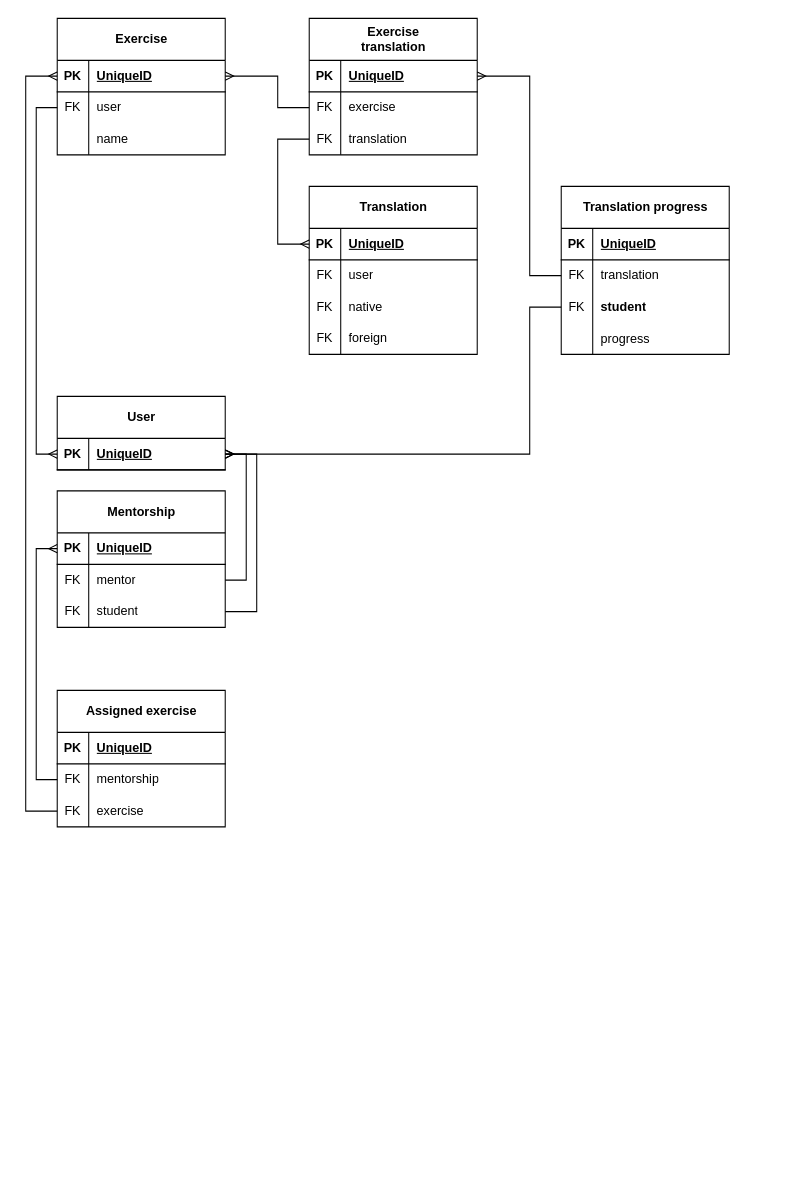
Earlier version of the draw.io diagram docs/diagrams/exercise.drawio (svmikurov/wselfedu). Source tidied: cells renumbered, new cells numbered last; positions are measured from the earlier drawing's top-left corner, leaving out a move shared by most shapes. Both pictures are drawn from the tidied source at 105%, with x=0, y=0 at pixel (4, 18).
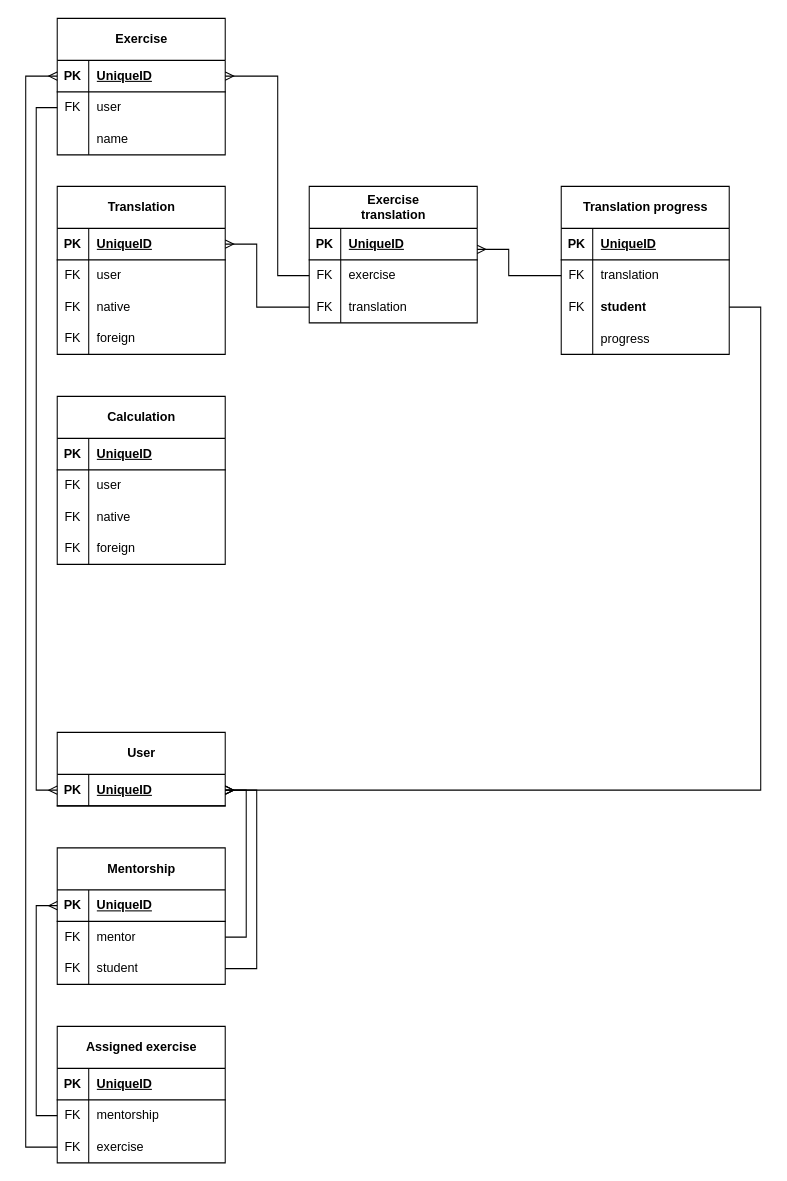
The same page after the edit.

The change refers to these unchanged cells:
```xml
<mxCell id="3" style="shape=tableRow;horizontal=0;startSize=0;swimlaneHead=0;swimlaneBody=0;fillColor=none;points=[[0,0.5],[1,0.5]];portConstraint=eastwest;top=0;left=0;right=0;bottom=1;" parent="2" vertex="1">
  <mxGeometry y="40" width="160" height="30" as="geometry" />
</mxCell>
<mxCell id="13" style="shape=tableRow;horizontal=0;startSize=0;swimlaneHead=0;swimlaneBody=0;fillColor=none;points=[[0,0.5],[1,0.5]];portConstraint=eastwest;top=0;left=0;right=0;bottom=1;" parent="12" vertex="1">
  <mxGeometry y="40" width="160" height="30" as="geometry" />
</mxCell>
<mxCell id="16" style="shape=tableRow;horizontal=0;startSize=0;swimlaneHead=0;swimlaneBody=0;fillColor=none;points=[[0,0.5],[1,0.5]];portConstraint=eastwest;top=0;left=0;right=0;bottom=0;" parent="12" vertex="1">
  <mxGeometry y="70" width="160" height="30" as="geometry" />
</mxCell>
<mxCell id="19" style="shape=tableRow;horizontal=0;startSize=0;swimlaneHead=0;swimlaneBody=0;fillColor=none;points=[[0,0.5],[1,0.5]];portConstraint=eastwest;top=0;left=0;right=0;bottom=0;" parent="12" vertex="1">
  <mxGeometry y="100" width="160" height="30" as="geometry" />
</mxCell>
<mxCell id="23" style="shape=tableRow;horizontal=0;startSize=0;swimlaneHead=0;swimlaneBody=0;fillColor=none;points=[[0,0.5],[1,0.5]];portConstraint=eastwest;top=0;left=0;right=0;bottom=1;" parent="22" vertex="1">
  <mxGeometry y="40" width="160" height="30" as="geometry" />
</mxCell>
<mxCell id="63" style="shape=tableRow;horizontal=0;startSize=0;swimlaneHead=0;swimlaneBody=0;fillColor=none;points=[[0,0.5],[1,0.5]];portConstraint=eastwest;top=0;left=0;right=0;bottom=0;" parent="59" vertex="1">
  <mxGeometry y="70" width="160" height="30" as="geometry" />
</mxCell>
<mxCell id="66" style="shape=tableRow;horizontal=0;startSize=0;swimlaneHead=0;swimlaneBody=0;fillColor=none;points=[[0,0.5],[1,0.5]];portConstraint=eastwest;top=0;left=0;right=0;bottom=0;" parent="59" vertex="1">
  <mxGeometry y="100" width="160" height="30" as="geometry" />
</mxCell>
<mxCell id="75" style="shape=tableRow;horizontal=0;startSize=0;swimlaneHead=0;swimlaneBody=0;fillColor=none;points=[[0,0.5],[1,0.5]];portConstraint=eastwest;top=0;left=0;right=0;bottom=1;" parent="74" vertex="1">
  <mxGeometry y="40" width="160" height="30" as="geometry" />
</mxCell>
```

The edit, as a diff of the source:
```diff
@@
     <mxCell id="12" value="&lt;span style=&quot;background-color: transparent; color: light-dark(rgb(0, 0, 0), rgb(255, 255, 255));&quot;&gt;Exercise&lt;/span&gt;&lt;div&gt;translation&lt;/div&gt;" style="shape=table;startSize=40;childLayout=tableLayout;rowLines=0;fontStyle=1;align=center;html=1;" parent="1" vertex="1">
-      <mxGeometry x="290" width="160" height="130" as="geometry" />
+      <mxGeometry x="290" y="160" width="160" height="130" as="geometry" />
     </mxCell>
@@
     <mxCell id="22" value="Translation" style="shape=table;startSize=40;childLayout=tableLayout;rowLines=0;fontStyle=1;align=center;html=1;" parent="1" vertex="1">
-      <mxGeometry x="290" y="160" width="160" height="160" as="geometry" />
+      <mxGeometry x="50" y="160" width="160" height="160" as="geometry" />
     </mxCell>
@@
     <mxCell id="35" style="edgeStyle=elbowEdgeStyle;fontSize=12;html=1;endArrow=ERmany;rounded=0;exitX=0;exitY=0.5;exitDx=0;exitDy=0;" parent="1" edge="1" source="19" target="23">
       <mxGeometry relative="1" as="geometry">
         <Array as="points">
-          <mxPoint x="260" y="390" />
+          <mxPoint x="240" y="275" />
           <mxPoint x="250" y="410" />
         </Array>
       </mxGeometry>
     </mxCell>
     <mxCell id="36" style="edgeStyle=elbowEdgeStyle;fontSize=12;html=1;endArrow=ERmany;rounded=0;entryX=1;entryY=0.5;entryDx=0;entryDy=0;exitX=0;exitY=0.5;exitDx=0;exitDy=0;" parent="1" edge="1" source="16" target="3">
       <mxGeometry relative="1" as="geometry">
         <Array as="points">
-          <mxPoint x="260" y="70" />
+          <mxPoint x="260" y="150" />
         </Array>
       </mxGeometry>
     </mxCell>
     <mxCell id="37" value="Assigned exercise" style="shape=table;startSize=40;childLayout=tableLayout;rowLines=0;fontStyle=1;align=center;html=1;" parent="1" vertex="1">
-      <mxGeometry x="50" y="640" width="160" height="130" as="geometry" />
+      <mxGeometry x="50" y="960" width="160" height="130" as="geometry" />
     </mxCell>
@@
     <mxCell id="47" value="Mentorship" style="shape=table;startSize=40;childLayout=tableLayout;rowLines=0;fontStyle=1;align=center;html=1;" parent="1" vertex="1">
-      <mxGeometry x="50" y="450" width="160" height="130" as="geometry" />
+      <mxGeometry x="50" y="790" width="160" height="130" as="geometry" />
     </mxCell>
@@
     <mxCell id="72" style="edgeStyle=elbowEdgeStyle;fontSize=12;html=1;endArrow=ERmany;rounded=0;entryX=1;entryY=0.5;entryDx=0;entryDy=0;" parent="1" edge="1" source="66" target="75">
       <mxGeometry relative="1" as="geometry">
         <Array as="points">
-          <mxPoint x="500" y="340" />
+          <mxPoint x="720" y="490" />
         </Array>
       </mxGeometry>
     </mxCell>
     <mxCell id="73" style="edgeStyle=elbowEdgeStyle;fontSize=12;html=1;endArrow=ERmany;rounded=0;" parent="1" edge="1" source="63" target="13">
       <mxGeometry relative="1" as="geometry">
         <Array as="points">
-          <mxPoint x="500" y="150" />
+          <mxPoint x="480" y="220" />
         </Array>
       </mxGeometry>
     </mxCell>
     <mxCell id="74" value="User" style="shape=table;startSize=40;childLayout=tableLayout;rowLines=0;fontStyle=1;align=center;html=1;" parent="1" vertex="1">
-      <mxGeometry x="50" y="360" width="160" height="70" as="geometry" />
+      <mxGeometry x="50" y="680" width="160" height="70" as="geometry" />
     </mxCell>
@@
+    <mxCell id="81" value="Calculation" style="shape=table;startSize=40;childLayout=tableLayout;rowLines=0;fontStyle=1;align=center;html=1;" parent="1" vertex="1">
+      <mxGeometry x="50" y="360" width="160" height="160" as="geometry" />
+    </mxCell>
+    <mxCell id="82" style="shape=tableRow;horizontal=0;startSize=0;swimlaneHead=0;swimlaneBody=0;fillColor=none;top=0;left=0;right=0;bottom=1;" parent="81" vertex="1">
+      <mxGeometry y="40" width="160" height="30" as="geometry" />
+    </mxCell>
+    <mxCell id="83" value="PK" style="shape=partialRectangle;fillColor=none;top=0;left=0;bottom=0;right=0;fontStyle=1;overflow=hidden;whiteSpace=wrap;html=1;" parent="82" vertex="1">
+      <mxGeometry width="30" height="30" as="geometry" />
+    </mxCell>
+    <mxCell id="84" value="UniqueID" style="shape=partialRectangle;fillColor=none;top=0;left=0;bottom=0;right=0;align=left;spacingLeft=6;fontStyle=5;overflow=hidden;whiteSpace=wrap;html=1;" parent="82" vertex="1">
+      <mxGeometry x="30" width="130" height="30" as="geometry" />
+    </mxCell>
+    <mxCell id="85" style="shape=tableRow;horizontal=0;startSize=0;swimlaneHead=0;swimlaneBody=0;fillColor=none;top=0;left=0;right=0;bottom=0;" parent="81" vertex="1">
+      <mxGeometry y="70" width="160" height="30" as="geometry" />
+    </mxCell>
+    <mxCell id="86" value="FK" style="shape=partialRectangle;fillColor=none;top=0;left=0;bottom=0;right=0;fontStyle=0;overflow=hidden;whiteSpace=wrap;html=1;" parent="85" vertex="1">
+      <mxGeometry width="30" height="30" as="geometry" />
+    </mxCell>
+    <mxCell id="87" value="user" style="shape=partialRectangle;fillColor=none;top=0;left=0;bottom=0;right=0;align=left;spacingLeft=6;fontStyle=0;overflow=hidden;whiteSpace=wrap;html=1;" parent="85" vertex="1">
+      <mxGeometry x="30" width="130" height="30" as="geometry" />
+    </mxCell>
+    <mxCell id="88" style="shape=tableRow;horizontal=0;startSize=0;swimlaneHead=0;swimlaneBody=0;fillColor=none;top=0;left=0;right=0;bottom=0;" parent="81" vertex="1">
+      <mxGeometry y="100" width="160" height="30" as="geometry" />
+    </mxCell>
+    <mxCell id="89" value="FK" style="shape=partialRectangle;fillColor=none;top=0;left=0;bottom=0;right=0;fontStyle=0;overflow=hidden;whiteSpace=wrap;html=1;" parent="88" vertex="1">
+      <mxGeometry width="30" height="30" as="geometry" />
+    </mxCell>
+    <mxCell id="90" value="native" style="shape=partialRectangle;fillColor=none;top=0;left=0;bottom=0;right=0;align=left;spacingLeft=6;fontStyle=0;overflow=hidden;whiteSpace=wrap;html=1;" parent="88" vertex="1">
+      <mxGeometry x="30" width="130" height="30" as="geometry" />
+    </mxCell>
+    <mxCell id="91" style="shape=tableRow;horizontal=0;startSize=0;swimlaneHead=0;swimlaneBody=0;fillColor=none;top=0;left=0;right=0;bottom=0;" parent="81" vertex="1">
+      <mxGeometry y="130" width="160" height="30" as="geometry" />
+    </mxCell>
+    <mxCell id="92" value="FK" style="shape=partialRectangle;fillColor=none;top=0;left=0;bottom=0;right=0;fontStyle=0;overflow=hidden;whiteSpace=wrap;html=1;" parent="91" vertex="1">
+      <mxGeometry width="30" height="30" as="geometry" />
+    </mxCell>
+    <mxCell id="93" value="foreign" style="shape=partialRectangle;fillColor=none;top=0;left=0;bottom=0;right=0;align=left;spacingLeft=6;fontStyle=0;overflow=hidden;whiteSpace=wrap;html=1;" parent="91" vertex="1">
+      <mxGeometry x="30" width="130" height="30" as="geometry" />
+    </mxCell>
```
